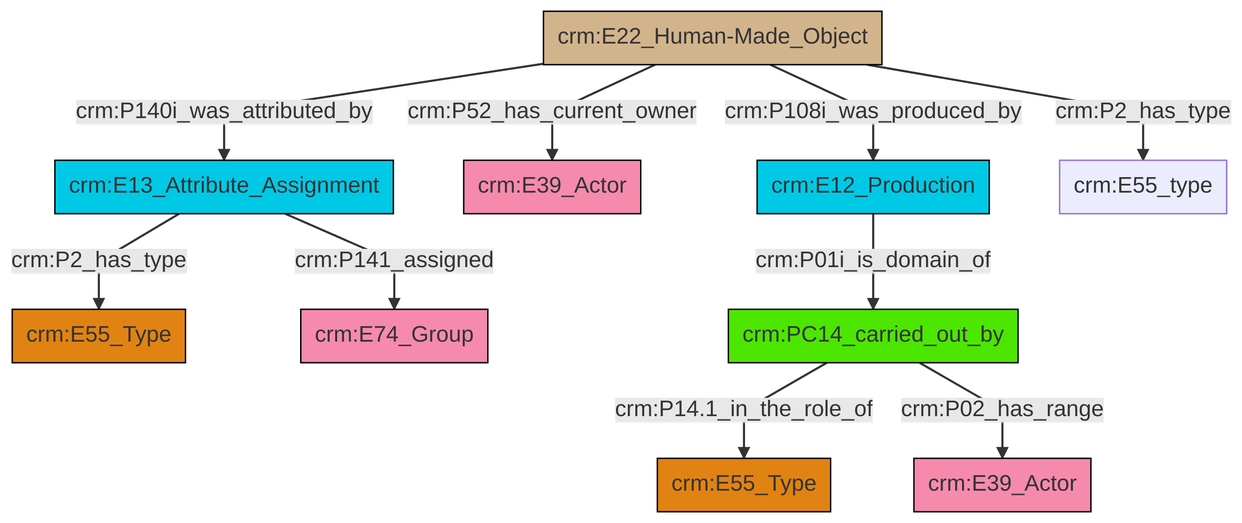
This is et/builtWorkCSV/ttl/mmd/png/Built_Work_actor_relations.png from swiss-art-research-net/docs.swissartresearch, a Mermaid export, as it was before one commit. Its source is kept beside it as et/builtWorkCSV/ttl/mmd/Built_Work_actor_relations.ttl.mmd.
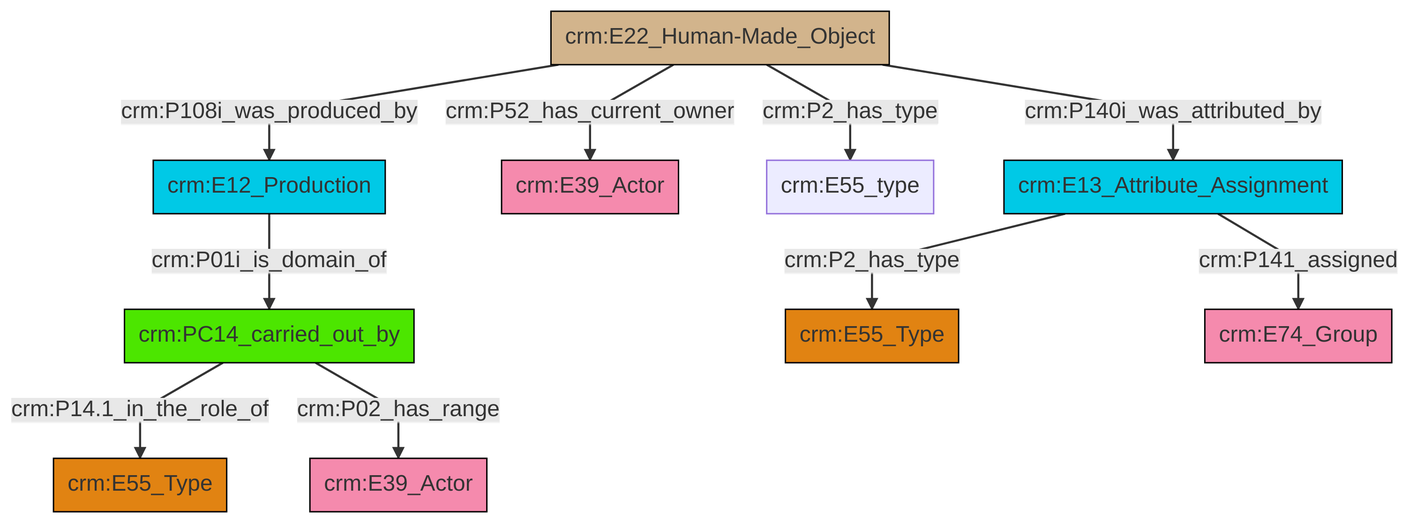
After the change.

Change to the diagram source:
```diff
@@ -13,12 +13,12 @@
 classDef PC_Classes fill:#4ce600, stroke:#000000;
 classDef Multi fill:#cccccc,stroke:#000000;
 
-0["crm:E22_Human-Made_Object"]:::Physical_Thing -->|crm:P140i_was_attributed_by| 1["crm:E13_Attribute_Assignment"]:::Temporal_Entity
-1["crm:E13_Attribute_Assignment"]:::Temporal_Entity -->|crm:P2_has_type| 2["crm:E55_Type"]:::Type
-1["crm:E13_Attribute_Assignment"]:::Temporal_Entity -->|crm:P141_assigned| 6["crm:E74_Group"]:::Actor
-0["crm:E22_Human-Made_Object"]:::Physical_Thing -->|crm:P52_has_current_owner| 9["crm:E39_Actor"]:::Actor
-4["crm:PC14_carried_out_by"]:::PC_Classes -->|crm:P14.1_in_the_role_of| 11["crm:E55_Type"]:::Type
-0["crm:E22_Human-Made_Object"]:::Physical_Thing -->|crm:P108i_was_produced_by| 12["crm:E12_Production"]:::Temporal_Entity
-4["crm:PC14_carried_out_by"]:::PC_Classes -->|crm:P02_has_range| 7["crm:E39_Actor"]:::Actor
-12["crm:E12_Production"]:::Temporal_Entity -->|crm:P01i_is_domain_of| 4["crm:PC14_carried_out_by"]:::PC_Classes
-0["crm:E22_Human-Made_Object"]:::Physical_Thing -->|crm:P2_has_type| 15["crm:E55_type"]:::Default
+0["crm:PC14_carried_out_by"]:::PC_Classes -->|crm:P14.1_in_the_role_of| 1["crm:E55_Type"]:::Type
+4["crm:E22_Human-Made_Object"]:::Physical_Thing -->|crm:P108i_was_produced_by| 5["crm:E12_Production"]:::Temporal_Entity
+4["crm:E22_Human-Made_Object"]:::Physical_Thing -->|crm:P52_has_current_owner| 6["crm:E39_Actor"]:::Actor
+0["crm:PC14_carried_out_by"]:::PC_Classes -->|crm:P02_has_range| 7["crm:E39_Actor"]:::Actor
+4["crm:E22_Human-Made_Object"]:::Physical_Thing -->|crm:P2_has_type| 10["crm:E55_type"]:::Default
+12["crm:E13_Attribute_Assignment"]:::Temporal_Entity -->|crm:P141_assigned| 8["crm:E74_Group"]:::Actor
+5["crm:E12_Production"]:::Temporal_Entity -->|crm:P01i_is_domain_of| 0["crm:PC14_carried_out_by"]:::PC_Classes
+12["crm:E13_Attribute_Assignment"]:::Temporal_Entity -->|crm:P2_has_type| 2["crm:E55_Type"]:::Type
+4["crm:E22_Human-Made_Object"]:::Physical_Thing -->|crm:P140i_was_attributed_by| 12["crm:E13_Attribute_Assignment"]:::Temporal_Entity
```
